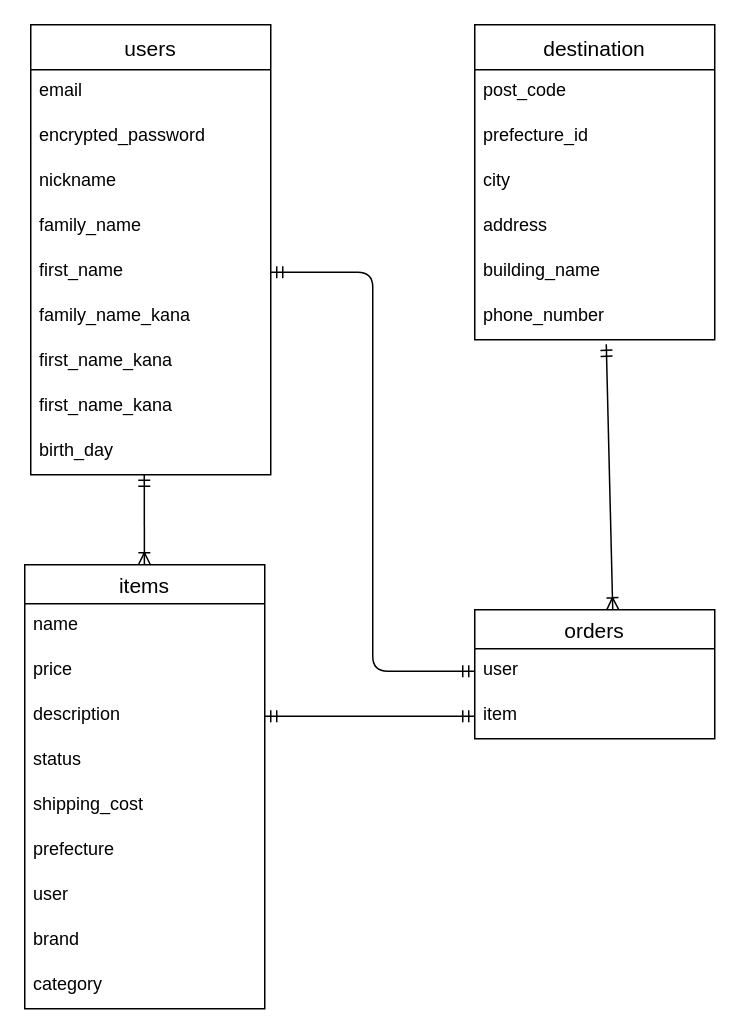
Earlier version of the draw.io diagram table.dio (nkubota05/furima-36196). Source tidied: cells renumbered, new cells numbered last; positions are measured from the earlier drawing's top-left corner, leaving out a move shared by most shapes. Both pictures are drawn from the tidied source at 150%, with x=0, y=0 at pixel (24, 24).
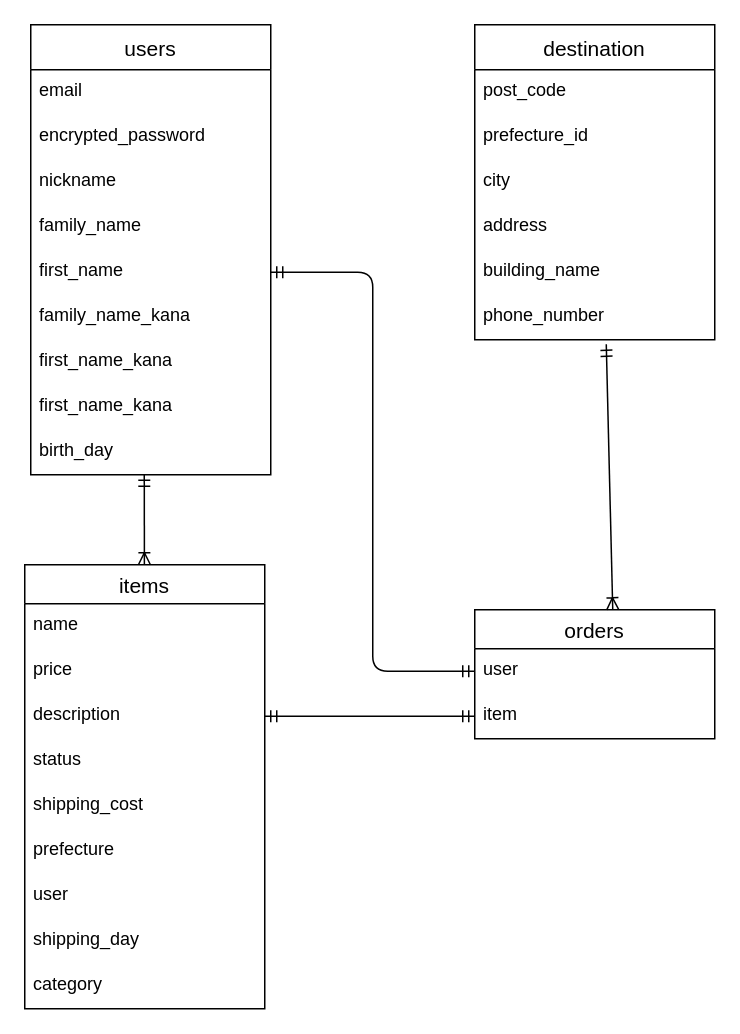
The same page after the edit.

The change refers to these unchanged cells:
```xml
<mxCell id="20" value="items" style="swimlane;fontStyle=0;horizontal=1;startSize=26;align=center;fontSize=14;" parent="1" vertex="1">
  <mxGeometry y="360" width="160" height="296" as="geometry" />
</mxCell>
```

The edit, as a diff of the source:
```diff
@@
-    <mxCell id="28" value="brand" style="text;strokeColor=none;fillColor=none;spacingLeft=4;spacingRight=4;overflow=hidden;fontSize=12;" parent="20" vertex="1">
+    <mxCell id="28" value="shipping_day" style="text;strokeColor=none;fillColor=none;spacingLeft=4;spacingRight=4;overflow=hidden;fontSize=12;" parent="20" vertex="1">
       <mxGeometry y="236" width="160" height="30" as="geometry" />
     </mxCell>
```
